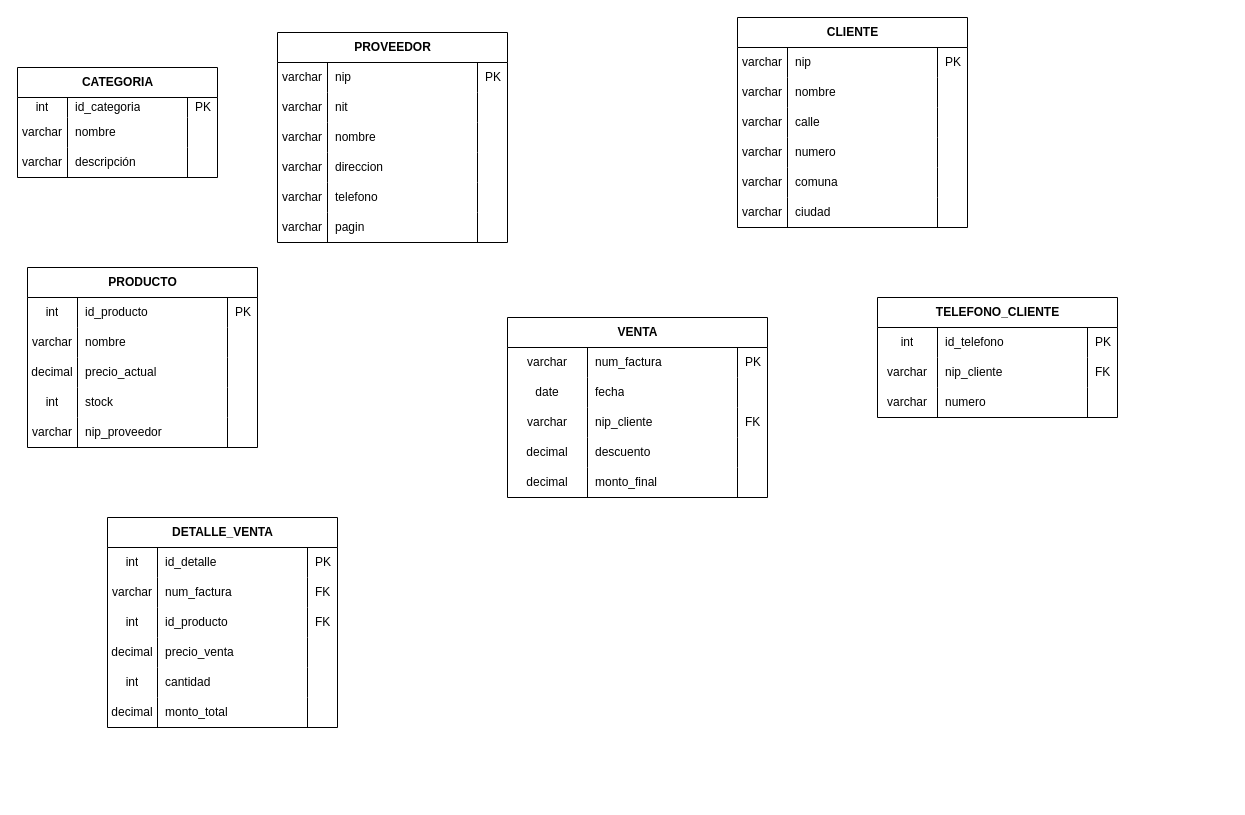
The draw.io diagram src/Diagrama Sena.drawio in santiago-salazar109/Proyect-Restaurant-App, before the edit. Source tidied: cells renumbered, new cells numbered last; positions are measured from the earlier drawing's top-left corner, leaving out a move shared by most shapes. Both pictures are drawn from the tidied source at 100%, with x=0, y=0 at pixel (17, 17).
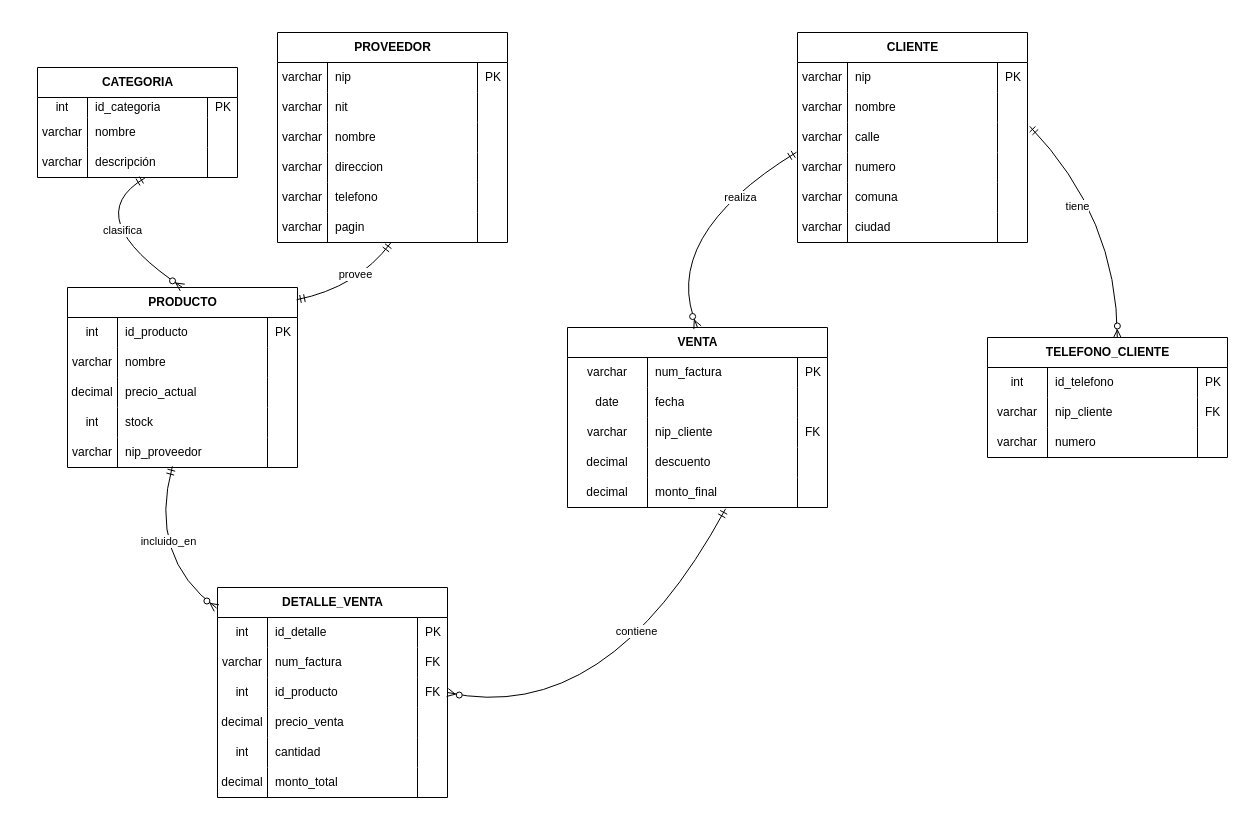
The same diagram, later.

Unchanged cells that the change refers to:
```xml
<mxCell id="23" style="shape=tableRow;horizontal=0;startSize=0;swimlaneHead=0;swimlaneBody=0;fillColor=none;points=[[0,0.5],[1,0.5]];portConstraint=eastwest;top=0;left=0;right=0;bottom=0;" parent="2" vertex="1">
  <mxGeometry y="180" width="230" height="30" as="geometry" />
</mxCell>
<mxCell id="36" style="shape=tableRow;horizontal=0;startSize=0;swimlaneHead=0;swimlaneBody=0;fillColor=none;points=[[0,0.5],[1,0.5]];portConstraint=eastwest;top=0;left=0;right=0;bottom=0;" parent="27" vertex="1">
  <mxGeometry y="90" width="230" height="30" as="geometry" />
</mxCell>
<mxCell id="40" style="shape=tableRow;horizontal=0;startSize=0;swimlaneHead=0;swimlaneBody=0;fillColor=none;points=[[0,0.5],[1,0.5]];portConstraint=eastwest;top=0;left=0;right=0;bottom=0;" parent="27" vertex="1">
  <mxGeometry y="120" width="230" height="30" as="geometry" />
</mxCell>
<mxCell id="82" style="shape=tableRow;horizontal=0;startSize=0;swimlaneHead=0;swimlaneBody=0;fillColor=none;points=[[0,0.5],[1,0.5]];portConstraint=eastwest;top=0;left=0;right=0;bottom=0;" parent="65" vertex="1">
  <mxGeometry y="150" width="230" height="30" as="geometry" />
</mxCell>
<mxCell id="103" style="shape=tableRow;horizontal=0;startSize=0;swimlaneHead=0;swimlaneBody=0;fillColor=none;points=[[0,0.5],[1,0.5]];portConstraint=eastwest;top=0;left=0;right=0;bottom=0;" parent="86" vertex="1">
  <mxGeometry y="150" width="260" height="30" as="geometry" />
</mxCell>
<mxCell id="116" style="shape=tableRow;horizontal=0;startSize=0;swimlaneHead=0;swimlaneBody=0;fillColor=none;points=[[0,0.5],[1,0.5]];portConstraint=eastwest;top=0;left=0;right=0;bottom=0;" parent="107" vertex="1">
  <mxGeometry y="90" width="230" height="30" as="geometry" />
</mxCell>
<mxCell id="141" style="shape=tableRow;horizontal=0;startSize=0;swimlaneHead=0;swimlaneBody=0;fillColor=none;points=[[0,0.5],[1,0.5]];portConstraint=eastwest;top=0;left=0;right=0;bottom=0;" parent="132" vertex="1">
  <mxGeometry y="80" width="200" height="30" as="geometry" />
</mxCell>
```

The edit, as a diff of the source:
```diff
@@
     <mxCell id="27" value="CLIENTE" style="shape=table;startSize=30;childLayout=tableLayout;rowLines=0;fontStyle=1;align=center;html=1;" parent="1" vertex="1">
-      <mxGeometry x="720" width="230" height="210" as="geometry" />
+      <mxGeometry x="780" y="15" width="230" height="210" as="geometry" />
     </mxCell>
@@
     <mxCell id="52" value="TELEFONO_CLIENTE" style="shape=table;startSize=30;childLayout=tableLayout;rowLines=0;fontStyle=1;align=center;html=1;" parent="1" vertex="1">
-      <mxGeometry x="860" y="280" width="240" height="120" as="geometry" />
+      <mxGeometry x="970" y="320" width="240" height="120" as="geometry" />
     </mxCell>
@@
     <mxCell id="65" value="PRODUCTO" style="shape=table;startSize=30;childLayout=tableLayout;rowLines=0;fontStyle=1;align=center;html=1;" parent="1" vertex="1">
-      <mxGeometry x="10" y="250" width="230" height="180" as="geometry" />
+      <mxGeometry x="50" y="270" width="230" height="180" as="geometry" />
     </mxCell>
@@
     <mxCell id="86" value="VENTA" style="shape=table;startSize=30;childLayout=tableLayout;rowLines=0;fontStyle=1;align=center;html=1;" parent="1" vertex="1">
-      <mxGeometry x="490" y="300" width="260" height="180" as="geometry" />
+      <mxGeometry x="550" y="310" width="260" height="180" as="geometry" />
     </mxCell>
@@
     <mxCell id="107" value="DETALLE_VENTA" style="shape=table;startSize=30;childLayout=tableLayout;rowLines=0;fontStyle=1;align=center;html=1;" parent="1" vertex="1">
-      <mxGeometry x="90" y="500" width="230" height="210" as="geometry" />
+      <mxGeometry x="200" y="570" width="230" height="210" as="geometry" />
     </mxCell>
@@
     <mxCell id="132" value="CATEGORIA" style="shape=table;startSize=30;childLayout=tableLayout;rowLines=0;fontStyle=1;align=center;html=1;" parent="1" vertex="1">
-      <mxGeometry y="50" width="200" height="110" as="geometry" />
+      <mxGeometry x="20" y="50" width="200" height="110" as="geometry" />
     </mxCell>
@@
+    <mxCell id="145" style="fontSize=12;html=1;endArrow=ERzeroToMany;startArrow=ERmandOne;rounded=0;entryX=0.5;entryY=0;entryDx=0;entryDy=0;curved=1;exitX=0.537;exitY=1.017;exitDx=0;exitDy=0;exitPerimeter=0;" parent="1" edge="1" source="141" target="65">
+      <mxGeometry relative="1" as="geometry">
+        <Array as="points">
+          <mxPoint x="60" y="200" />
+        </Array>
+      </mxGeometry>
+    </mxCell>
+    <mxCell id="146" value="clasifica" style="edgeLabel;html=1;align=center;verticalAlign=middle;" parent="145" vertex="1">
+      <mxGeometry x="0.19" y="14" relative="1" as="geometry" />
+    </mxCell>
+    <mxCell id="147" style="fontSize=12;html=1;endArrow=ERmandOne;startArrow=ERmandOne;rounded=0;entryX=0.492;entryY=1.017;entryDx=0;entryDy=0;entryPerimeter=0;exitX=0.996;exitY=0.068;exitDx=0;exitDy=0;exitPerimeter=0;curved=1;" parent="1" edge="1" source="65" target="23">
+      <mxGeometry relative="1" as="geometry">
+        <Array as="points">
+          <mxPoint x="340" y="270" />
+        </Array>
+      </mxGeometry>
+    </mxCell>
+    <mxCell id="148" value="provee" style="edgeLabel;html=1;align=center;verticalAlign=middle;" parent="147" vertex="1">
+      <mxGeometry x="0.2" y="10" relative="1" as="geometry" />
+    </mxCell>
+    <mxCell id="149" style="fontSize=12;html=1;endArrow=ERzeroToMany;startArrow=ERmandOne;rounded=0;entryX=-0.004;entryY=0.098;entryDx=0;entryDy=0;exitX=0.456;exitY=0.961;exitDx=0;exitDy=0;exitPerimeter=0;entryPerimeter=0;curved=1;" parent="1" edge="1" source="82" target="107">
+      <mxGeometry relative="1" as="geometry">
+        <Array as="points">
+          <mxPoint x="130" y="540" />
+        </Array>
+      </mxGeometry>
+    </mxCell>
+    <mxCell id="150" value="incluido_en" style="edgeLabel;html=1;align=center;verticalAlign=middle;" parent="149" vertex="1">
+      <mxGeometry x="-0.19" y="15" relative="1" as="geometry" />
+    </mxCell>
+    <mxCell id="151" style="fontSize=12;html=1;endArrow=ERzeroToMany;startArrow=ERmandOne;rounded=0;entryX=1;entryY=0.5;entryDx=0;entryDy=0;exitX=0.608;exitY=1.044;exitDx=0;exitDy=0;exitPerimeter=0;curved=1;" parent="1" edge="1" source="103" target="116">
+      <mxGeometry relative="1" as="geometry">
+        <Array as="points">
+          <mxPoint x="590" y="709.7" />
+        </Array>
+      </mxGeometry>
+    </mxCell>
+    <mxCell id="152" value="contiene" style="edgeLabel;html=1;align=center;verticalAlign=middle;" parent="151" vertex="1">
+      <mxGeometry x="-0.27" y="-21" relative="1" as="geometry" />
+    </mxCell>
+    <mxCell id="153" style="fontSize=12;html=1;endArrow=ERzeroToMany;startArrow=ERmandOne;rounded=0;entryX=0.5;entryY=0;entryDx=0;entryDy=0;exitX=-0.004;exitY=-0.011;exitDx=0;exitDy=0;exitPerimeter=0;curved=1;" parent="1" edge="1" source="40" target="86">
+      <mxGeometry relative="1" as="geometry">
+        <Array as="points">
+          <mxPoint x="640" y="220" />
+        </Array>
+      </mxGeometry>
+    </mxCell>
+    <mxCell id="154" value="realiza" style="edgeLabel;html=1;align=center;verticalAlign=middle;" parent="153" vertex="1">
+      <mxGeometry x="-0.45" y="9" relative="1" as="geometry" />
+    </mxCell>
+    <mxCell id="155" style="fontSize=12;html=1;endArrow=ERzeroToMany;startArrow=ERmandOne;rounded=0;entryX=0.541;entryY=0.004;entryDx=0;entryDy=0;exitX=1.01;exitY=0.128;exitDx=0;exitDy=0;exitPerimeter=0;entryPerimeter=0;curved=1;" parent="1" edge="1" source="36" target="52">
+      <mxGeometry relative="1" as="geometry">
+        <Array as="points">
+          <mxPoint x="1100" y="200" />
+        </Array>
+      </mxGeometry>
+    </mxCell>
+    <mxCell id="156" value="tiene" style="edgeLabel;html=1;align=center;verticalAlign=middle;" parent="155" vertex="1">
+      <mxGeometry x="-0.27" y="-21" relative="1" as="geometry" />
+    </mxCell>
```
